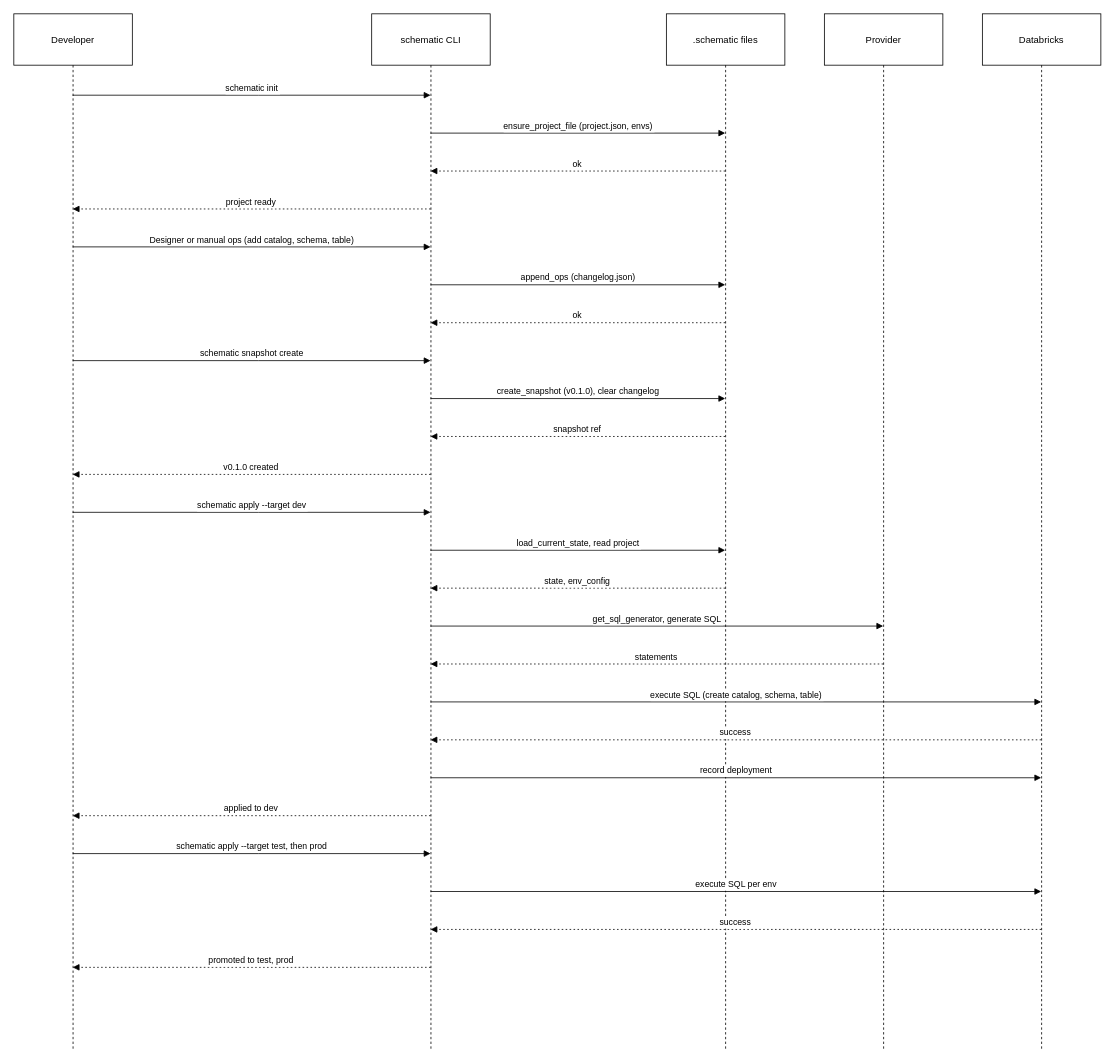
Above: page "schemax Workflow" (2 of 5) of docs/schematic-wrokflows.drawio in vb-dbrks/schemax (draw.io), before the change. Source tidied: cells renumbered, new cells numbered last; positions are measured from the earlier drawing's top-left corner, leaving out a move shared by most shapes. Both pictures are drawn from the tidied source at 79%, with x=0, y=0 at pixel (13, 13).
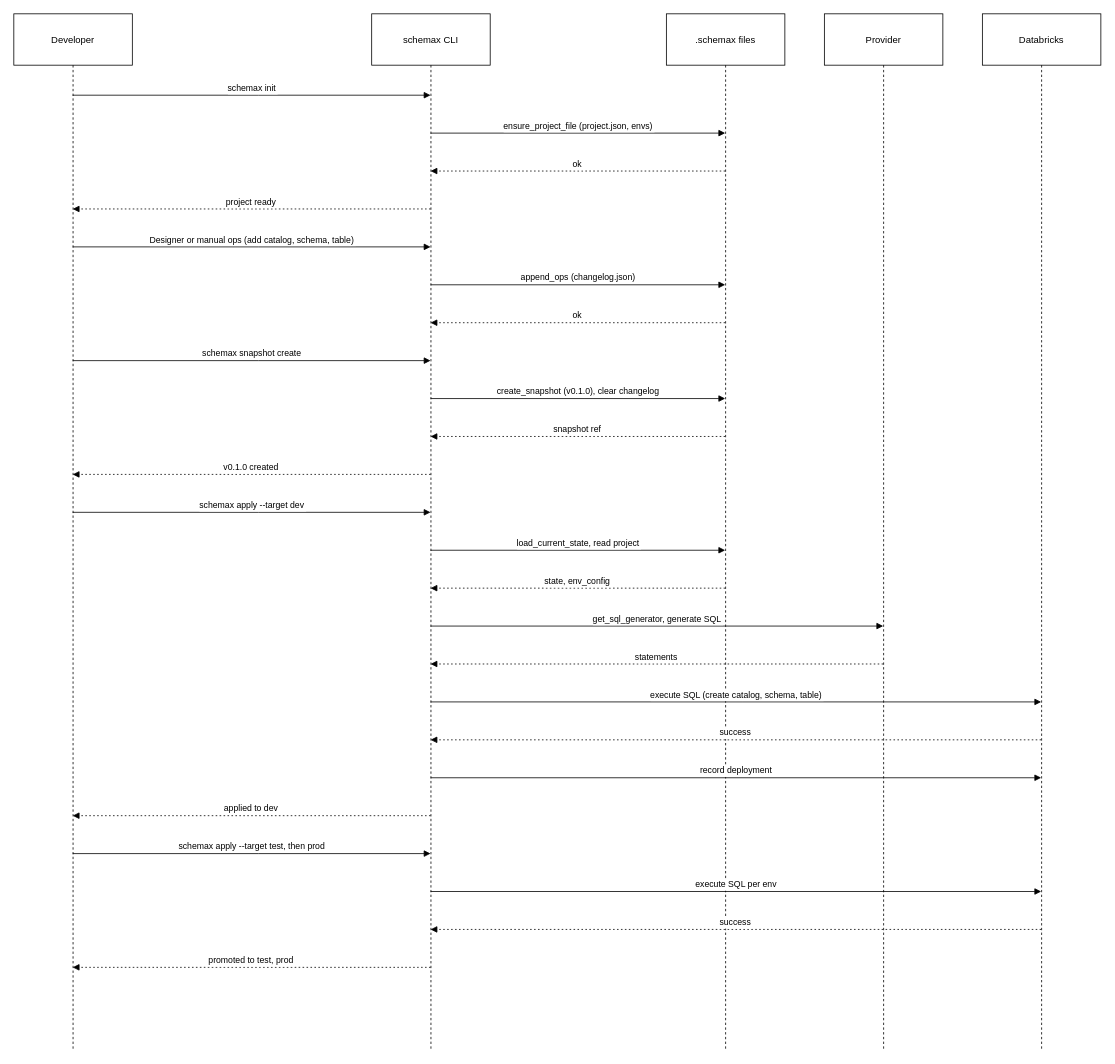
The same diagram, later.

The change refers to these unchanged cells:
```xml
<mxCell id="2" value="Developer" style="shape=umlLifeline;perimeter=lifelinePerimeter;whiteSpace=wrap;outlineConnect=0;portConstraint=eastwest;newEdgeStyle={&quot;edgeStyle&quot;:&quot;elbowEdgeStyle&quot;,&quot;elbow&quot;:&quot;vertical&quot;,&quot;curved&quot;:0,&quot;rounded&quot;:0};size=65;" parent="1" vertex="1">
  <mxGeometry width="150" height="1312" as="geometry" />
</mxCell>
```

Change to the diagram source:
```diff
@@
-    <mxCell id="3" value="schematic CLI" style="shape=umlLifeline;perimeter=lifelinePerimeter;whiteSpace=wrap;outlineConnect=0;portConstraint=eastwest;newEdgeStyle={&quot;edgeStyle&quot;:&quot;elbowEdgeStyle&quot;,&quot;elbow&quot;:&quot;vertical&quot;,&quot;curved&quot;:0,&quot;rounded&quot;:0};size=65;" parent="1" vertex="1">
+    <mxCell id="3" value="schemax CLI" style="shape=umlLifeline;perimeter=lifelinePerimeter;whiteSpace=wrap;outlineConnect=0;portConstraint=eastwest;newEdgeStyle={&quot;edgeStyle&quot;:&quot;elbowEdgeStyle&quot;,&quot;elbow&quot;:&quot;vertical&quot;,&quot;curved&quot;:0,&quot;rounded&quot;:0};size=65;" parent="1" vertex="1">
       <mxGeometry x="453" width="150" height="1312" as="geometry" />
     </mxCell>
-    <mxCell id="4" value=".schematic files" style="shape=umlLifeline;perimeter=lifelinePerimeter;whiteSpace=wrap;outlineConnect=0;portConstraint=eastwest;newEdgeStyle={&quot;edgeStyle&quot;:&quot;elbowEdgeStyle&quot;,&quot;elbow&quot;:&quot;vertical&quot;,&quot;curved&quot;:0,&quot;rounded&quot;:0};size=65;" parent="1" vertex="1">
+    <mxCell id="4" value=".schemax files" style="shape=umlLifeline;perimeter=lifelinePerimeter;whiteSpace=wrap;outlineConnect=0;portConstraint=eastwest;newEdgeStyle={&quot;edgeStyle&quot;:&quot;elbowEdgeStyle&quot;,&quot;elbow&quot;:&quot;vertical&quot;,&quot;curved&quot;:0,&quot;rounded&quot;:0};size=65;" parent="1" vertex="1">
       <mxGeometry x="826" width="150" height="1312" as="geometry" />
     </mxCell>
@@
-    <mxCell id="7" value="schematic init" style="verticalAlign=bottom;edgeStyle=elbowEdgeStyle;elbow=vertical;curved=0;rounded=0;endArrow=block;" parent="1" edge="1" source="2" target="3">
+    <mxCell id="7" value="schemax init" style="verticalAlign=bottom;edgeStyle=elbowEdgeStyle;elbow=vertical;curved=0;rounded=0;endArrow=block;" parent="1" edge="1" source="2" target="3">
       <mxGeometry relative="1" as="geometry">
         <Array as="points">
           <mxPoint x="310" y="103" />
         </Array>
       </mxGeometry>
     </mxCell>
@@
-    <mxCell id="14" value="schematic snapshot create" style="verticalAlign=bottom;edgeStyle=elbowEdgeStyle;elbow=vertical;curved=0;rounded=0;endArrow=block;" parent="1" edge="1" source="2" target="3">
+    <mxCell id="14" value="schemax snapshot create" style="verticalAlign=bottom;edgeStyle=elbowEdgeStyle;elbow=vertical;curved=0;rounded=0;endArrow=block;" parent="1" edge="1" source="2" target="3">
       <mxGeometry relative="1" as="geometry">
         <Array as="points">
           <mxPoint x="310" y="439" />
         </Array>
       </mxGeometry>
     </mxCell>
@@
-    <mxCell id="18" value="schematic apply --target dev" style="verticalAlign=bottom;edgeStyle=elbowEdgeStyle;elbow=vertical;curved=0;rounded=0;endArrow=block;" parent="1" edge="1" source="2" target="3">
+    <mxCell id="18" value="schemax apply --target dev" style="verticalAlign=bottom;edgeStyle=elbowEdgeStyle;elbow=vertical;curved=0;rounded=0;endArrow=block;" parent="1" edge="1" source="2" target="3">
       <mxGeometry relative="1" as="geometry">
         <Array as="points">
           <mxPoint x="310" y="631" />
         </Array>
       </mxGeometry>
     </mxCell>
@@
-    <mxCell id="27" value="schematic apply --target test, then prod" style="verticalAlign=bottom;edgeStyle=elbowEdgeStyle;elbow=vertical;curved=0;rounded=0;endArrow=block;" parent="1" edge="1" source="2" target="3">
+    <mxCell id="27" value="schemax apply --target test, then prod" style="verticalAlign=bottom;edgeStyle=elbowEdgeStyle;elbow=vertical;curved=0;rounded=0;endArrow=block;" parent="1" edge="1" source="2" target="3">
       <mxGeometry relative="1" as="geometry">
         <Array as="points">
           <mxPoint x="310" y="1063" />
         </Array>
       </mxGeometry>
     </mxCell>
```
